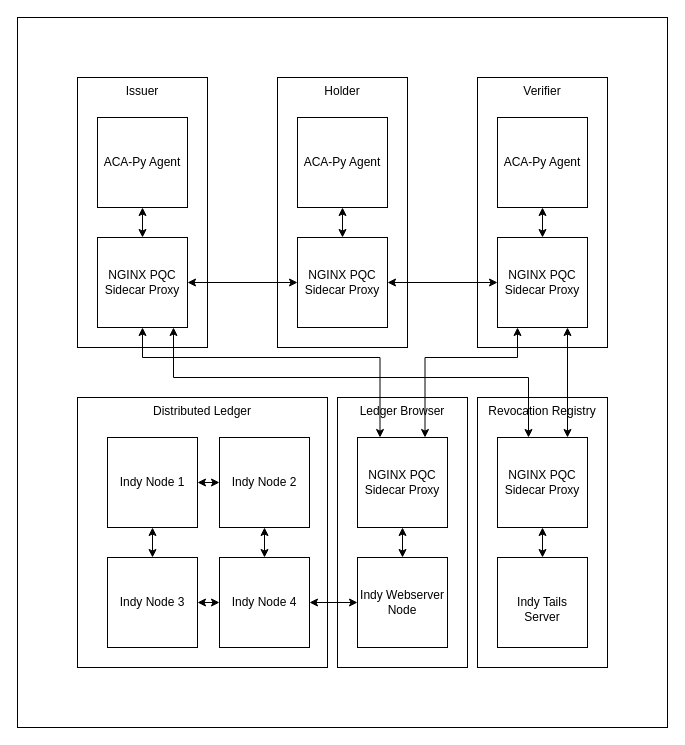
Before: abbildungen/Architektur_Iteration1.drawio in Rotot3x/MSc-Master-Thesis, a draw.io diagram. Source tidied: cells renumbered, new cells numbered last; positions are measured from the earlier drawing's top-left corner, leaving out a move shared by most shapes. Both pictures are drawn from the tidied source at 100%, with x=0, y=0 at pixel (17, 17).
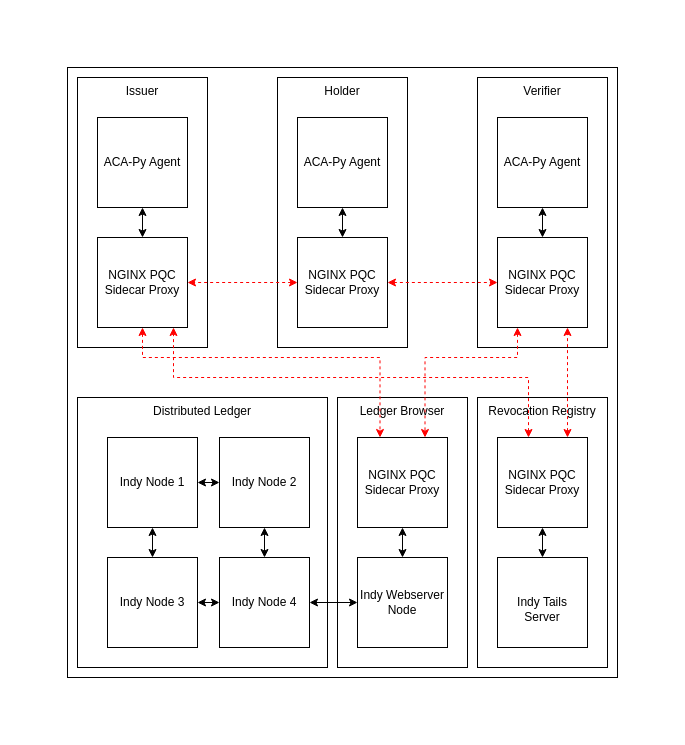
The same diagram, later.

Unchanged cells that the change refers to:
```xml
<mxCell id="17" value="NGINX PQC Sidecar Proxy" style="whiteSpace=wrap;html=1;" parent="1" vertex="1">
  <mxGeometry x="80" y="220" width="90" height="90" as="geometry" />
</mxCell>
<mxCell id="22" value="&lt;div&gt;NGINX PQC&lt;/div&gt;&lt;div&gt;Sidecar Proxy&lt;/div&gt;" style="whiteSpace=wrap;html=1;" parent="1" vertex="1">
  <mxGeometry x="480" y="220" width="90" height="90" as="geometry" />
</mxCell>
<mxCell id="28" value="&lt;div&gt;NGINX PQC&lt;/div&gt;&lt;div&gt;Sidecar Proxy&lt;/div&gt;" style="whiteSpace=wrap;html=1;" parent="1" vertex="1">
  <mxGeometry x="280" y="220" width="90" height="90" as="geometry" />
</mxCell>
<mxCell id="38" value="&lt;div&gt;NGINX PQC&lt;/div&gt;&lt;div&gt;Sidecar Proxy&lt;/div&gt;" style="whiteSpace=wrap;html=1;" parent="1" vertex="1">
  <mxGeometry x="340" y="420" width="90" height="90" as="geometry" />
</mxCell>
```

The edit, as a diff of the source:
```diff
@@
     <mxCell id="2" style="rounded=0;whiteSpace=wrap;html=1;" parent="1" vertex="1">
-      <mxGeometry width="650" height="710" as="geometry" />
+      <mxGeometry x="50" y="50" width="550" height="610" as="geometry" />
     </mxCell>
@@
-    <mxCell id="16" style="edgeStyle=orthogonalEdgeStyle;rounded=0;jettySize=auto;html=1;exitX=0.5;exitY=1;exitDx=0;exitDy=0;entryX=0.25;entryY=0;entryDx=0;entryDy=0;startArrow=classic;startFill=1;" parent="1" edge="1" source="17" target="38">
+    <mxCell id="16" style="edgeStyle=orthogonalEdgeStyle;rounded=0;jettySize=auto;html=1;exitX=0.5;exitY=1;exitDx=0;exitDy=0;entryX=0.25;entryY=0;entryDx=0;entryDy=0;startArrow=classic;startFill=1;strokeColor=light-dark(#FF0000,#EDEDED);dashed=1;" parent="1" edge="1" source="17" target="38">
       <mxGeometry relative="1" as="geometry">
         <Array as="points">
           <mxPoint x="125" y="340" />
           <mxPoint x="363" y="340" />
         </Array>
       </mxGeometry>
     </mxCell>
@@
-    <mxCell id="21" style="edgeStyle=orthogonalEdgeStyle;rounded=0;jettySize=auto;html=1;entryX=0.75;entryY=0;entryDx=0;entryDy=0;startArrow=classic;startFill=1;" parent="1" edge="1" source="22" target="38">
+    <mxCell id="21" style="edgeStyle=orthogonalEdgeStyle;rounded=0;jettySize=auto;html=1;entryX=0.75;entryY=0;entryDx=0;entryDy=0;startArrow=classic;startFill=1;strokeColor=#FF0000;dashed=1;" parent="1" edge="1" source="22" target="38">
       <mxGeometry relative="1" as="geometry">
         <Array as="points">
           <mxPoint x="500" y="340" />
           <mxPoint x="407" y="340" />
         </Array>
       </mxGeometry>
     </mxCell>
@@
-    <mxCell id="26" style="edgeStyle=orthogonalEdgeStyle;rounded=0;jettySize=auto;html=1;entryX=1;entryY=0.5;entryDx=0;entryDy=0;startArrow=classic;startFill=1;" parent="1" edge="1" source="28" target="17">
+    <mxCell id="26" style="edgeStyle=orthogonalEdgeStyle;rounded=0;jettySize=auto;html=1;entryX=1;entryY=0.5;entryDx=0;entryDy=0;startArrow=classic;startFill=1;strokeColor=#FF0000;dashed=1;" parent="1" edge="1" source="28" target="17">
       <mxGeometry relative="1" as="geometry" />
     </mxCell>
-    <mxCell id="27" style="edgeStyle=orthogonalEdgeStyle;rounded=0;jettySize=auto;html=1;exitX=1;exitY=0.5;exitDx=0;exitDy=0;entryX=0;entryY=0.5;entryDx=0;entryDy=0;startArrow=classic;startFill=1;" parent="1" edge="1" source="28" target="22">
+    <mxCell id="27" style="edgeStyle=orthogonalEdgeStyle;rounded=0;jettySize=auto;html=1;exitX=1;exitY=0.5;exitDx=0;exitDy=0;entryX=0;entryY=0.5;entryDx=0;entryDy=0;startArrow=classic;startFill=1;strokeColor=#FF0000;dashed=1;" parent="1" edge="1" source="28" target="22">
       <mxGeometry relative="1" as="geometry" />
     </mxCell>
@@
-    <mxCell id="30" style="edgeStyle=orthogonalEdgeStyle;rounded=0;orthogonalLoop=1;jettySize=auto;html=1;exitX=0.25;exitY=0;exitDx=0;exitDy=0;entryX=0.75;entryY=1;entryDx=0;entryDy=0;startArrow=classic;startFill=1;" parent="1" edge="1">
+    <mxCell id="30" style="edgeStyle=orthogonalEdgeStyle;rounded=0;orthogonalLoop=1;jettySize=auto;html=1;exitX=0.25;exitY=0;exitDx=0;exitDy=0;entryX=0.75;entryY=1;entryDx=0;entryDy=0;startArrow=classic;startFill=1;strokeColor=light-dark(#FF0000,#EDEDED);dashed=1;" parent="1" edge="1">
       <mxGeometry relative="1" as="geometry">
         <mxPoint x="511" y="420" as="sourcePoint" />
         <mxPoint x="156" y="310" as="targetPoint" />
         <Array as="points">
           <mxPoint x="511" y="360" />
           <mxPoint x="156" y="360" />
         </Array>
       </mxGeometry>
     </mxCell>
-    <mxCell id="31" style="edgeStyle=orthogonalEdgeStyle;rounded=0;orthogonalLoop=1;jettySize=auto;html=1;startArrow=classic;startFill=1;" parent="1" edge="1">
+    <mxCell id="31" style="edgeStyle=orthogonalEdgeStyle;rounded=0;orthogonalLoop=1;jettySize=auto;html=1;startArrow=classic;startFill=1;strokeColor=#FF0000;dashed=1;" parent="1" edge="1">
       <mxGeometry relative="1" as="geometry">
         <mxPoint x="550" y="420" as="sourcePoint" />
         <mxPoint x="550" y="310" as="targetPoint" />
       </mxGeometry>
     </mxCell>
```
